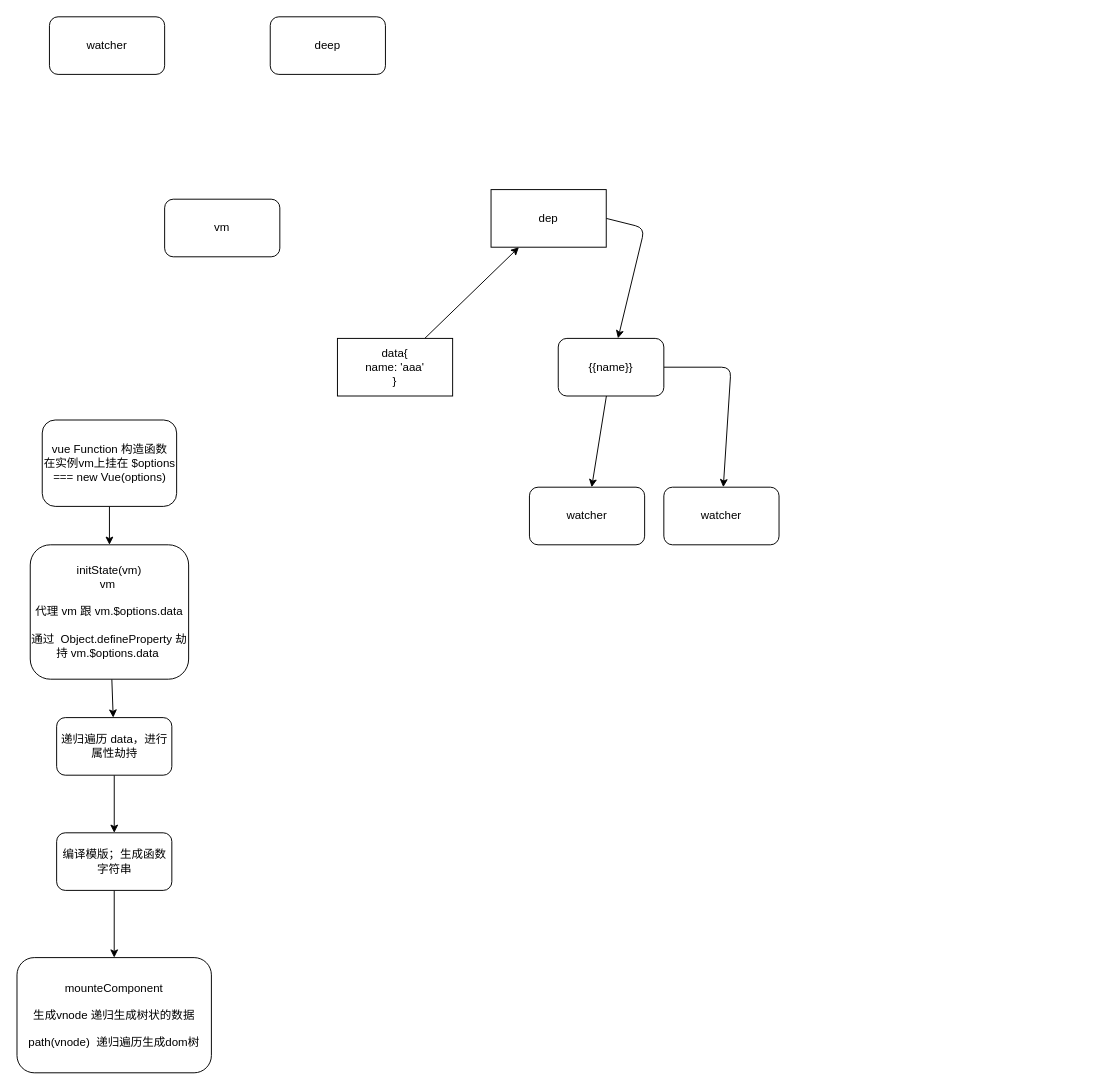
The draw.io diagram mini-vue2/src/vue.drawio in liuxsen/interview, before the edit. Source tidied: cells renumbered, new cells numbered last; positions are measured from the earlier drawing's top-left corner, leaving out a move shared by most shapes. Both pictures are drawn from the tidied source at 96%, with x=0, y=0 at pixel (16, 16).
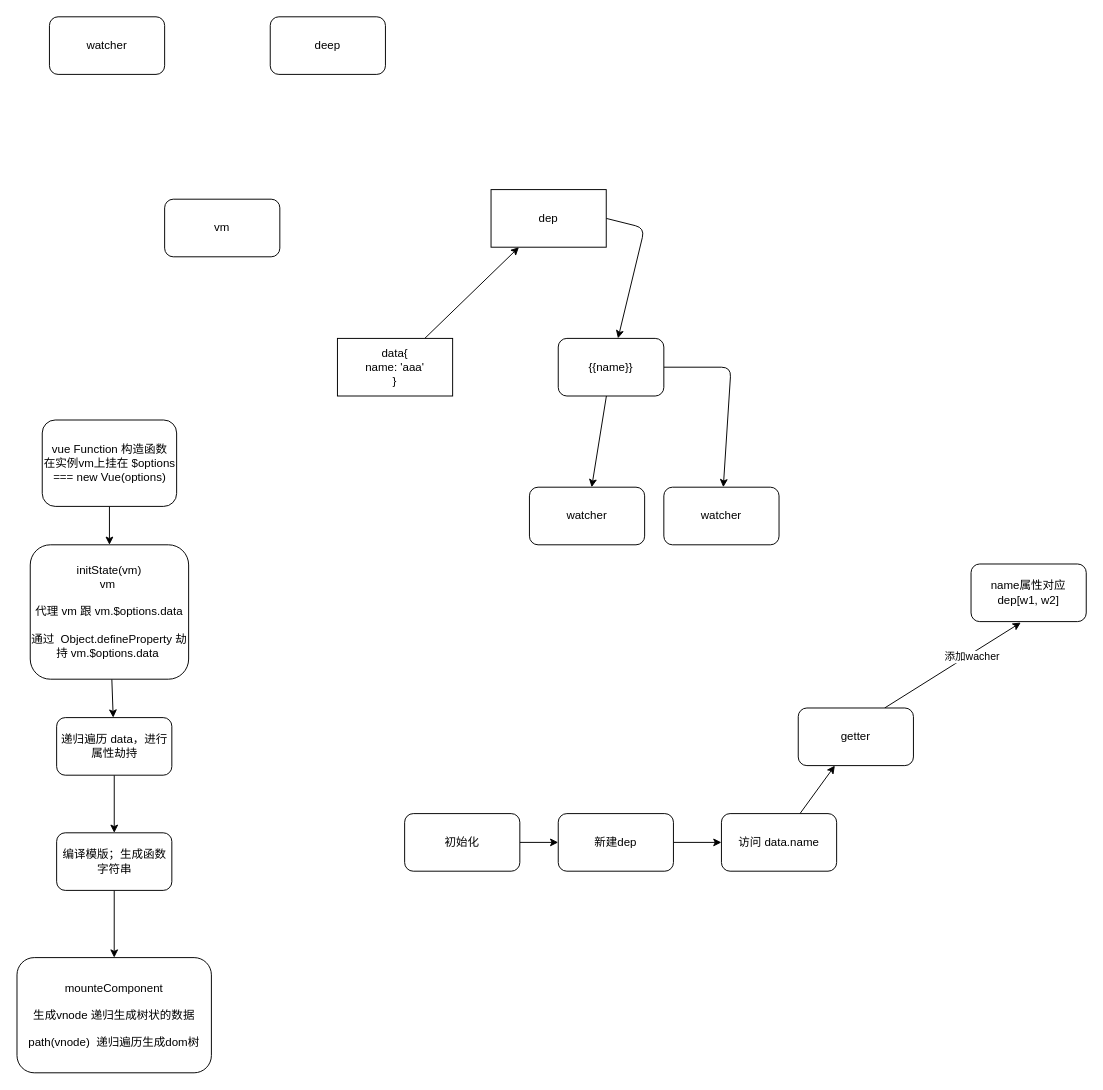
The same page after the edit.

What changed in the source:
```diff
@@
+    <mxCell id="23" style="edgeStyle=none;html=1;" parent="1" edge="1" source="24" target="27">
+      <mxGeometry relative="1" as="geometry" />
+    </mxCell>
+    <mxCell id="24" value="访问 data.name" style="rounded=1;whiteSpace=wrap;html=1;" parent="1" vertex="1">
+      <mxGeometry x="734" y="830" width="120" height="60" as="geometry" />
+    </mxCell>
+    <mxCell id="25" style="edgeStyle=none;html=1;exitX=0.75;exitY=0;exitDx=0;exitDy=0;entryX=0.432;entryY=1.017;entryDx=0;entryDy=0;entryPerimeter=0;" parent="1" edge="1" source="27" target="30">
+      <mxGeometry relative="1" as="geometry" />
+    </mxCell>
+    <mxCell id="26" value="添加wacher" style="edgeLabel;html=1;align=center;verticalAlign=middle;" parent="25" vertex="1">
+      <mxGeometry x="0.24" y="-2" relative="1" as="geometry">
+        <mxPoint x="1" as="offset" />
+      </mxGeometry>
+    </mxCell>
+    <mxCell id="27" value="getter" style="whiteSpace=wrap;html=1;rounded=1;" parent="1" vertex="1">
+      <mxGeometry x="814" y="720" width="120" height="60" as="geometry" />
+    </mxCell>
+    <mxCell id="28" style="edgeStyle=none;html=1;exitX=1;exitY=0.5;exitDx=0;exitDy=0;" parent="1" edge="1" source="29" target="24">
+      <mxGeometry relative="1" as="geometry" />
+    </mxCell>
+    <mxCell id="29" value="新建dep" style="whiteSpace=wrap;html=1;rounded=1;" parent="1" vertex="1">
+      <mxGeometry x="564" y="830" width="120" height="60" as="geometry" />
+    </mxCell>
+    <mxCell id="30" value="name属性对应dep[w1, w2]" style="whiteSpace=wrap;html=1;rounded=1;" parent="1" vertex="1">
+      <mxGeometry x="994" y="570" width="120" height="60" as="geometry" />
+    </mxCell>
+    <mxCell id="31" style="edgeStyle=none;html=1;exitX=1;exitY=0.5;exitDx=0;exitDy=0;entryX=0;entryY=0.5;entryDx=0;entryDy=0;" parent="1" edge="1" source="32" target="29">
+      <mxGeometry relative="1" as="geometry" />
+    </mxCell>
+    <mxCell id="32" value="初始化" style="rounded=1;whiteSpace=wrap;html=1;" parent="1" vertex="1">
+      <mxGeometry x="404" y="830" width="120" height="60" as="geometry" />
+    </mxCell>
```
